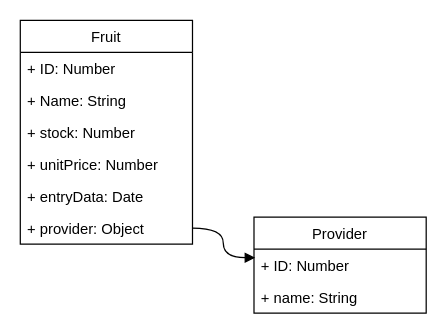
Above: Untitled Diagram.drawio in jeisondaza/Inventario (draw.io), before the change. Source tidied: cells renumbered, new cells numbered last; positions are measured from the earlier drawing's top-left corner, leaving out a move shared by most shapes. Both pictures are drawn from the tidied source at 123%, with x=0, y=0 at pixel (20, 20).
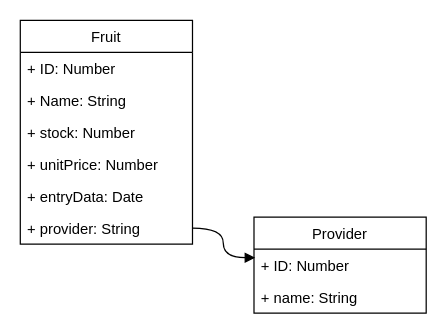
After the change.

Change to the diagram source:
```diff
@@
 <mxGraphModel>
   <root>
     <mxCell id="0" />
     <mxCell id="1" parent="0" />
     <mxCell id="2" value="Fruit" style="swimlane;fontStyle=0;horizontal=1;startSize=26;fillColor=none;" parent="1" vertex="1">
       <mxGeometry width="140" height="182" as="geometry" />
     </mxCell>
     <mxCell id="3" value="+ ID: Number" style="text;strokeColor=none;fillColor=none;align=left;verticalAlign=top;spacingLeft=4;spacingRight=4;overflow=hidden;" parent="2" vertex="1">
       <mxGeometry y="26" width="140" height="26" as="geometry" />
     </mxCell>
     <mxCell id="4" value="+ Name: String" style="text;strokeColor=none;fillColor=none;align=left;verticalAlign=top;spacingLeft=4;spacingRight=4;overflow=hidden;" parent="2" vertex="1">
       <mxGeometry y="52" width="140" height="26" as="geometry" />
     </mxCell>
     <mxCell id="5" value="+ stock: Number" style="text;strokeColor=none;fillColor=none;align=left;verticalAlign=top;spacingLeft=4;spacingRight=4;overflow=hidden;" parent="2" vertex="1">
       <mxGeometry y="78" width="140" height="26" as="geometry" />
     </mxCell>
     <mxCell id="6" value="+ unitPrice: Number" style="text;strokeColor=none;fillColor=none;align=left;verticalAlign=top;spacingLeft=4;spacingRight=4;overflow=hidden;" parent="2" vertex="1">
       <mxGeometry y="104" width="140" height="26" as="geometry" />
     </mxCell>
     <mxCell id="7" value="+ entryData: Date" style="text;strokeColor=none;fillColor=none;align=left;verticalAlign=top;spacingLeft=4;spacingRight=4;overflow=hidden;" parent="2" vertex="1">
       <mxGeometry y="130" width="140" height="26" as="geometry" />
     </mxCell>
-    <mxCell id="8" value="+ provider: Object" style="text;strokeColor=none;fillColor=none;align=left;verticalAlign=top;spacingLeft=4;spacingRight=4;overflow=hidden;points=[[0,0.5],[1,0.5]];portConstraint=eastwest;" parent="2" vertex="1">
+    <mxCell id="8" value="+ provider: String" style="text;strokeColor=none;fillColor=none;align=left;verticalAlign=top;spacingLeft=4;spacingRight=4;overflow=hidden;points=[[0,0.5],[1,0.5]];portConstraint=eastwest;" parent="2" vertex="1">
       <mxGeometry y="156" width="140" height="26" as="geometry" />
     </mxCell>
     <mxCell id="9" value="Provider" style="swimlane;fontStyle=0;horizontal=1;startSize=26;fillColor=none;" parent="1" vertex="1">
       <mxGeometry x="190" y="160" width="140" height="78" as="geometry" />
     </mxCell>
     <mxCell id="10" value="+ ID: Number" style="text;strokeColor=none;fillColor=none;align=left;verticalAlign=top;spacingLeft=4;spacingRight=4;overflow=hidden;points=[[0,0.5],[1,0.5]];portConstraint=eastwest;" parent="9" vertex="1">
       <mxGeometry y="26" width="140" height="26" as="geometry" />
     </mxCell>
     <mxCell id="11" value="+ name: String" style="text;strokeColor=none;fillColor=none;align=left;verticalAlign=top;spacingLeft=4;spacingRight=4;overflow=hidden;" parent="9" vertex="1">
       <mxGeometry y="52" width="140" height="26" as="geometry" />
     </mxCell>
     <mxCell id="12" style="endArrow=block;endFill=1;html=1;edgeStyle=orthogonalEdgeStyle;align=left;verticalAlign=top;rounded=0;exitX=1;exitY=0.5;exitDx=0;exitDy=0;entryX=0.007;entryY=0.269;entryDx=0;entryDy=0;entryPerimeter=0;curved=1;" parent="1" edge="1" source="8" target="10">
       <mxGeometry x="-0.8" y="-11" relative="1" as="geometry" />
     </mxCell>
   </root>
 </mxGraphModel>
```
